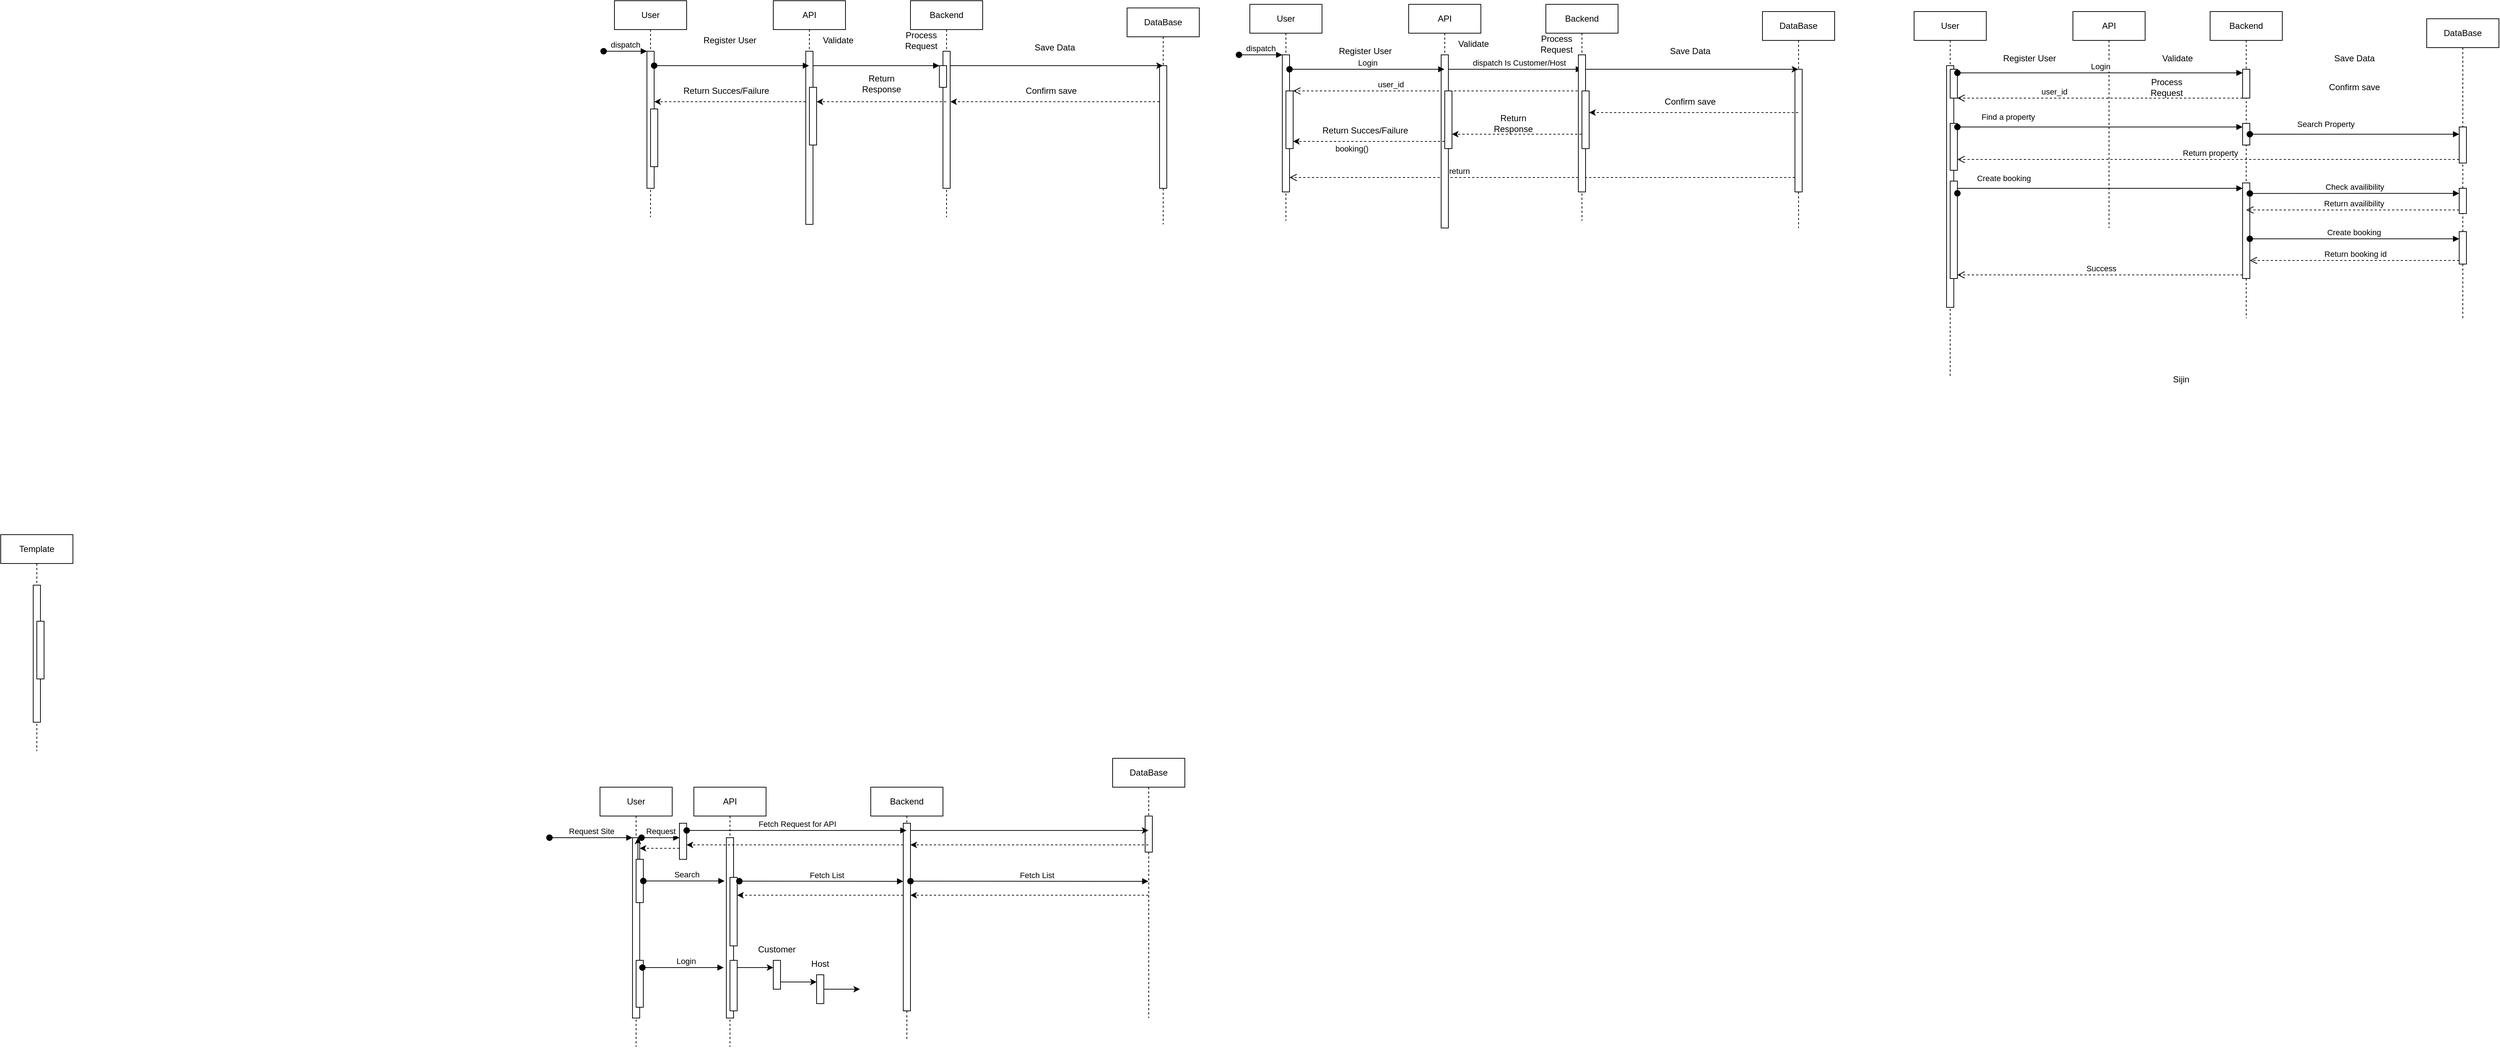
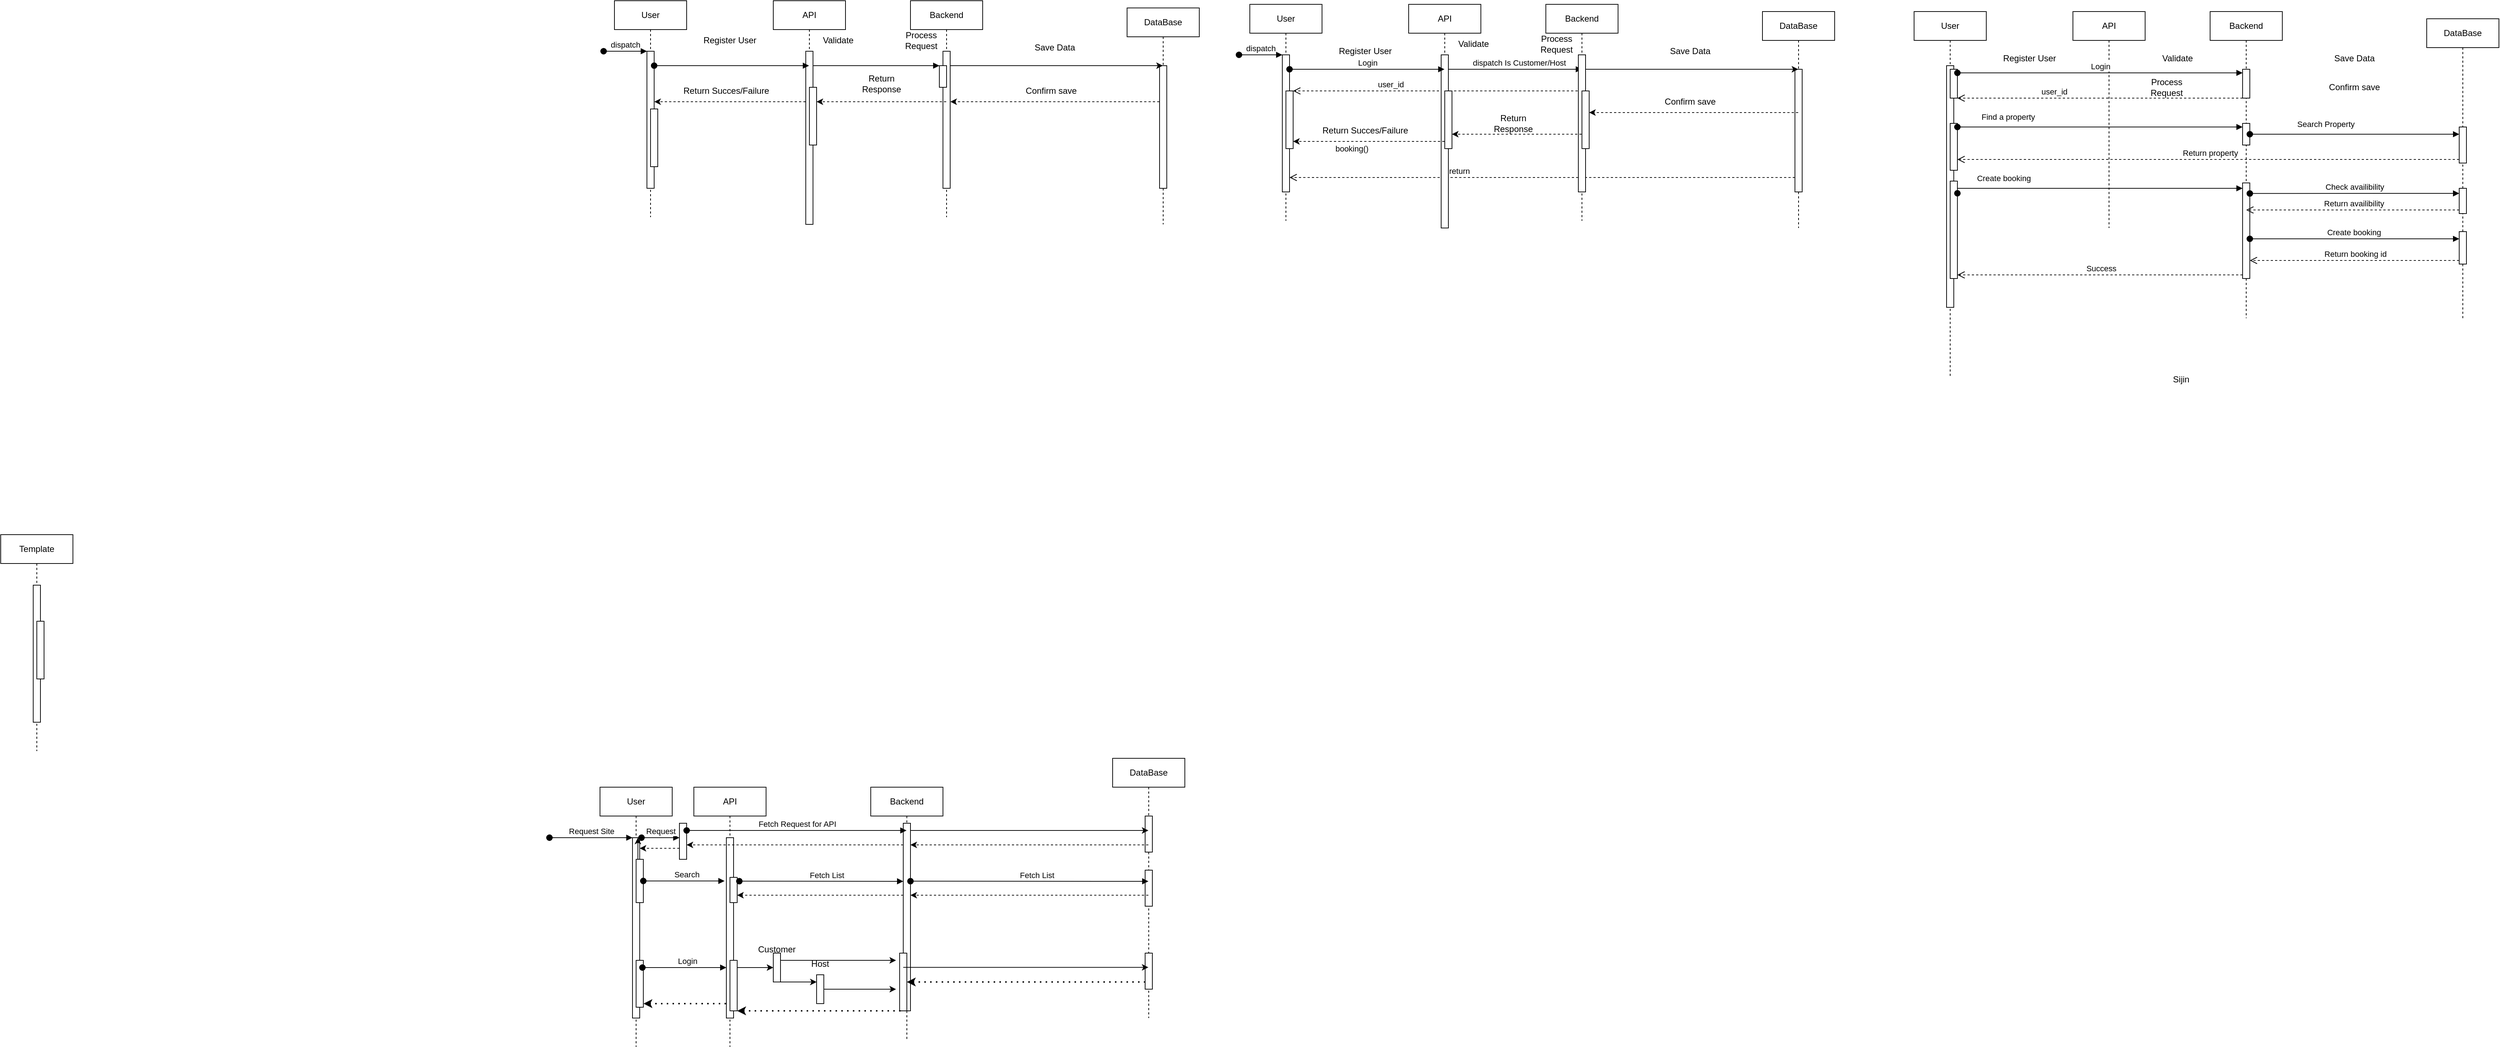
<mxfile host="app.diagrams.net" agent="5.0 (Macintosh; Intel Mac OS X 10_15_7) AppleWebKit/537.36 (KHTML, like Gecko) Chrome/109.0.0.0 Safari/537.36">
  <diagram name="Page-1" id="2YBvvXClWsGukQMizWep">
    <mxGraphModel dx="2024" dy="429" grid="1" gridSize="10" guides="1" tooltips="1" connect="1" arrows="1" fold="1" page="1" pageScale="1" pageWidth="850" pageHeight="1100" math="0" shadow="0">
      <root>
        <mxCell id="0" />
        <mxCell id="1" parent="0" />
        <mxCell id="aM9ryv3xv72pqoxQDRHE-1" parent="1" style="shape=umlLifeline;perimeter=lifelinePerimeter;whiteSpace=wrap;html=1;container=0;dropTarget=0;collapsible=0;recursiveResize=0;outlineConnect=0;portConstraint=eastwest;newEdgeStyle={&quot;edgeStyle&quot;:&quot;elbowEdgeStyle&quot;,&quot;elbow&quot;:&quot;vertical&quot;,&quot;curved&quot;:0,&quot;rounded&quot;:0};" value="User" vertex="1">
          <mxGeometry height="300" width="100" x="30" y="40" as="geometry" />
        </mxCell>
        <mxCell id="aM9ryv3xv72pqoxQDRHE-2" parent="aM9ryv3xv72pqoxQDRHE-1" style="html=1;points=[];perimeter=orthogonalPerimeter;outlineConnect=0;targetShapes=umlLifeline;portConstraint=eastwest;newEdgeStyle={&quot;edgeStyle&quot;:&quot;elbowEdgeStyle&quot;,&quot;elbow&quot;:&quot;vertical&quot;,&quot;curved&quot;:0,&quot;rounded&quot;:0};" value="" vertex="1">
          <mxGeometry height="190" width="10" x="45" y="70" as="geometry" />
        </mxCell>
        <mxCell id="aM9ryv3xv72pqoxQDRHE-3" edge="1" parent="aM9ryv3xv72pqoxQDRHE-1" style="html=1;verticalAlign=bottom;startArrow=oval;endArrow=block;startSize=8;edgeStyle=elbowEdgeStyle;elbow=vertical;curved=0;rounded=0;" target="aM9ryv3xv72pqoxQDRHE-2" value="dispatch">
          <mxGeometry relative="1" as="geometry">
            <mxPoint x="-15" y="70" as="sourcePoint" />
          </mxGeometry>
        </mxCell>
        <mxCell id="aM9ryv3xv72pqoxQDRHE-4" parent="aM9ryv3xv72pqoxQDRHE-1" style="html=1;points=[];perimeter=orthogonalPerimeter;outlineConnect=0;targetShapes=umlLifeline;portConstraint=eastwest;newEdgeStyle={&quot;edgeStyle&quot;:&quot;elbowEdgeStyle&quot;,&quot;elbow&quot;:&quot;vertical&quot;,&quot;curved&quot;:0,&quot;rounded&quot;:0};" value="" vertex="1">
          <mxGeometry height="80" width="10" x="50" y="150" as="geometry" />
        </mxCell>
        <mxCell id="aM9ryv3xv72pqoxQDRHE-5" parent="1" style="shape=umlLifeline;perimeter=lifelinePerimeter;whiteSpace=wrap;html=1;container=0;dropTarget=0;collapsible=0;recursiveResize=0;outlineConnect=0;portConstraint=eastwest;newEdgeStyle={&quot;edgeStyle&quot;:&quot;elbowEdgeStyle&quot;,&quot;elbow&quot;:&quot;vertical&quot;,&quot;curved&quot;:0,&quot;rounded&quot;:0};" value="DataBase" vertex="1">
          <mxGeometry height="300" width="100" x="740" y="50" as="geometry" />
        </mxCell>
        <mxCell id="aM9ryv3xv72pqoxQDRHE-6" parent="aM9ryv3xv72pqoxQDRHE-5" style="html=1;points=[];perimeter=orthogonalPerimeter;outlineConnect=0;targetShapes=umlLifeline;portConstraint=eastwest;newEdgeStyle={&quot;edgeStyle&quot;:&quot;elbowEdgeStyle&quot;,&quot;elbow&quot;:&quot;vertical&quot;,&quot;curved&quot;:0,&quot;rounded&quot;:0};" value="" vertex="1">
          <mxGeometry height="170" width="10" x="45" y="80" as="geometry" />
        </mxCell>
        <mxCell id="aM9ryv3xv72pqoxQDRHE-7" edge="1" parent="1" source="7Z1T8ZwHcXeBXznP6D7j-6" style="html=1;verticalAlign=bottom;endArrow=block;edgeStyle=elbowEdgeStyle;elbow=vertical;curved=0;rounded=0;" target="7Z1T8ZwHcXeBXznP6D7j-11" value="">
          <mxGeometry relative="1" x="0.0616" as="geometry">
            <mxPoint as="offset" />
            <Array as="points">
              <mxPoint x="440" y="130" />
            </Array>
            <mxPoint x="195" y="130" as="sourcePoint" />
            <mxPoint x="480" y="130" as="targetPoint" />
          </mxGeometry>
        </mxCell>
        <mxCell id="7Z1T8ZwHcXeBXznP6D7j-5" parent="1" style="shape=umlLifeline;perimeter=lifelinePerimeter;whiteSpace=wrap;html=1;container=0;dropTarget=0;collapsible=0;recursiveResize=0;outlineConnect=0;portConstraint=eastwest;newEdgeStyle={&quot;edgeStyle&quot;:&quot;elbowEdgeStyle&quot;,&quot;elbow&quot;:&quot;vertical&quot;,&quot;curved&quot;:0,&quot;rounded&quot;:0};" value="API" vertex="1">
          <mxGeometry height="300" width="100" x="250" y="40" as="geometry" />
        </mxCell>
        <mxCell id="7Z1T8ZwHcXeBXznP6D7j-6" parent="7Z1T8ZwHcXeBXznP6D7j-5" style="html=1;points=[];perimeter=orthogonalPerimeter;outlineConnect=0;targetShapes=umlLifeline;portConstraint=eastwest;newEdgeStyle={&quot;edgeStyle&quot;:&quot;elbowEdgeStyle&quot;,&quot;elbow&quot;:&quot;vertical&quot;,&quot;curved&quot;:0,&quot;rounded&quot;:0};" value="" vertex="1">
          <mxGeometry height="240" width="10" x="45" y="70" as="geometry" />
        </mxCell>
        <mxCell id="7Z1T8ZwHcXeBXznP6D7j-8" parent="7Z1T8ZwHcXeBXznP6D7j-5" style="html=1;points=[];perimeter=orthogonalPerimeter;outlineConnect=0;targetShapes=umlLifeline;portConstraint=eastwest;newEdgeStyle={&quot;edgeStyle&quot;:&quot;elbowEdgeStyle&quot;,&quot;elbow&quot;:&quot;vertical&quot;,&quot;curved&quot;:0,&quot;rounded&quot;:0};" value="" vertex="1">
          <mxGeometry height="80" width="10" x="50" y="120" as="geometry" />
        </mxCell>
        <mxCell id="7Z1T8ZwHcXeBXznP6D7j-9" parent="1" style="shape=umlLifeline;perimeter=lifelinePerimeter;whiteSpace=wrap;html=1;container=0;dropTarget=0;collapsible=0;recursiveResize=0;outlineConnect=0;portConstraint=eastwest;newEdgeStyle={&quot;edgeStyle&quot;:&quot;elbowEdgeStyle&quot;,&quot;elbow&quot;:&quot;vertical&quot;,&quot;curved&quot;:0,&quot;rounded&quot;:0};" value="&lt;div&gt;Backend&lt;/div&gt;" vertex="1">
          <mxGeometry height="300" width="100" x="440" y="40" as="geometry" />
        </mxCell>
        <mxCell id="7Z1T8ZwHcXeBXznP6D7j-10" parent="7Z1T8ZwHcXeBXznP6D7j-9" style="html=1;points=[];perimeter=orthogonalPerimeter;outlineConnect=0;targetShapes=umlLifeline;portConstraint=eastwest;newEdgeStyle={&quot;edgeStyle&quot;:&quot;elbowEdgeStyle&quot;,&quot;elbow&quot;:&quot;vertical&quot;,&quot;curved&quot;:0,&quot;rounded&quot;:0};" value="" vertex="1">
          <mxGeometry height="190" width="10" x="45" y="70" as="geometry" />
        </mxCell>
        <mxCell id="7Z1T8ZwHcXeBXznP6D7j-11" parent="7Z1T8ZwHcXeBXznP6D7j-9" style="html=1;points=[];perimeter=orthogonalPerimeter;outlineConnect=0;targetShapes=umlLifeline;portConstraint=eastwest;newEdgeStyle={&quot;edgeStyle&quot;:&quot;elbowEdgeStyle&quot;,&quot;elbow&quot;:&quot;vertical&quot;,&quot;curved&quot;:0,&quot;rounded&quot;:0};" value="" vertex="1">
          <mxGeometry height="30" width="10" x="40" y="90" as="geometry" />
        </mxCell>
        <mxCell id="7Z1T8ZwHcXeBXznP6D7j-12" parent="1" style="shape=umlLifeline;perimeter=lifelinePerimeter;whiteSpace=wrap;html=1;container=0;dropTarget=0;collapsible=0;recursiveResize=0;outlineConnect=0;portConstraint=eastwest;newEdgeStyle={&quot;edgeStyle&quot;:&quot;elbowEdgeStyle&quot;,&quot;elbow&quot;:&quot;vertical&quot;,&quot;curved&quot;:0,&quot;rounded&quot;:0};" value="Template" vertex="1">
          <mxGeometry height="300" width="100" x="-820" y="780" as="geometry" />
        </mxCell>
        <mxCell id="7Z1T8ZwHcXeBXznP6D7j-13" parent="7Z1T8ZwHcXeBXznP6D7j-12" style="html=1;points=[];perimeter=orthogonalPerimeter;outlineConnect=0;targetShapes=umlLifeline;portConstraint=eastwest;newEdgeStyle={&quot;edgeStyle&quot;:&quot;elbowEdgeStyle&quot;,&quot;elbow&quot;:&quot;vertical&quot;,&quot;curved&quot;:0,&quot;rounded&quot;:0};" value="" vertex="1">
          <mxGeometry height="190" width="10" x="45" y="70" as="geometry" />
        </mxCell>
        <mxCell id="7Z1T8ZwHcXeBXznP6D7j-14" parent="7Z1T8ZwHcXeBXznP6D7j-12" style="html=1;points=[];perimeter=orthogonalPerimeter;outlineConnect=0;targetShapes=umlLifeline;portConstraint=eastwest;newEdgeStyle={&quot;edgeStyle&quot;:&quot;elbowEdgeStyle&quot;,&quot;elbow&quot;:&quot;vertical&quot;,&quot;curved&quot;:0,&quot;rounded&quot;:0};" value="" vertex="1">
          <mxGeometry height="80" width="10" x="50" y="120" as="geometry" />
        </mxCell>
        <mxCell id="D9VVy2PClrj1YHKQl20F-1" parent="1" style="text;html=1;whiteSpace=wrap;strokeColor=none;fillColor=none;align=center;verticalAlign=middle;rounded=0;" value="Register User" vertex="1">
          <mxGeometry height="30" width="100" x="140" y="80" as="geometry" />
        </mxCell>
        <mxCell id="D9VVy2PClrj1YHKQl20F-2" parent="1" style="text;html=1;whiteSpace=wrap;strokeColor=none;fillColor=none;align=center;verticalAlign=middle;rounded=0;" value="Validate" vertex="1">
          <mxGeometry height="30" width="60" x="310" y="80" as="geometry" />
        </mxCell>
        <mxCell id="D9VVy2PClrj1YHKQl20F-3" parent="1" style="text;html=1;whiteSpace=wrap;strokeColor=none;fillColor=none;align=center;verticalAlign=middle;rounded=0;" value="Process Request" vertex="1">
          <mxGeometry height="30" width="60" x="425" y="80" as="geometry" />
        </mxCell>
        <mxCell id="I_nbtK1dwFWHWanF6EMp-1" parent="1" style="text;html=1;whiteSpace=wrap;strokeColor=none;fillColor=none;align=center;verticalAlign=middle;rounded=0;" value="Save Data" vertex="1">
          <mxGeometry height="30" width="60" x="610" y="90" as="geometry" />
        </mxCell>
        <mxCell id="I_nbtK1dwFWHWanF6EMp-2" parent="1" style="text;html=1;whiteSpace=wrap;strokeColor=none;fillColor=none;align=center;verticalAlign=middle;rounded=0;" value="Confirm save" vertex="1">
          <mxGeometry height="30" width="80" x="595.25" y="150" as="geometry" />
        </mxCell>
        <mxCell id="I_nbtK1dwFWHWanF6EMp-3" parent="1" style="text;html=1;whiteSpace=wrap;strokeColor=none;fillColor=none;align=center;verticalAlign=middle;rounded=0;" value="Return Response" vertex="1">
          <mxGeometry height="30" width="60" x="370" y="140" as="geometry" />
        </mxCell>
        <mxCell id="I_nbtK1dwFWHWanF6EMp-4" parent="1" style="text;html=1;whiteSpace=wrap;strokeColor=none;fillColor=none;align=center;verticalAlign=middle;rounded=0;" value="Return Succes/Failure" vertex="1">
          <mxGeometry height="30" width="140" x="115.25" y="150" as="geometry" />
        </mxCell>
        <mxCell id="7Z1T8ZwHcXeBXznP6D7j-20" parent="1" style="shape=umlLifeline;perimeter=lifelinePerimeter;whiteSpace=wrap;html=1;container=0;dropTarget=0;collapsible=0;recursiveResize=0;outlineConnect=0;portConstraint=eastwest;newEdgeStyle={&quot;edgeStyle&quot;:&quot;elbowEdgeStyle&quot;,&quot;elbow&quot;:&quot;vertical&quot;,&quot;curved&quot;:0,&quot;rounded&quot;:0};" value="User" vertex="1">
          <mxGeometry height="360" width="100" x="10" y="1130" as="geometry" />
        </mxCell>
        <mxCell id="7Z1T8ZwHcXeBXznP6D7j-21" parent="7Z1T8ZwHcXeBXznP6D7j-20" style="html=1;points=[];perimeter=orthogonalPerimeter;outlineConnect=0;targetShapes=umlLifeline;portConstraint=eastwest;newEdgeStyle={&quot;edgeStyle&quot;:&quot;elbowEdgeStyle&quot;,&quot;elbow&quot;:&quot;vertical&quot;,&quot;curved&quot;:0,&quot;rounded&quot;:0};" value="" vertex="1">
          <mxGeometry height="250" width="10" x="45" y="70" as="geometry" />
        </mxCell>
        <mxCell id="7Z1T8ZwHcXeBXznP6D7j-22" edge="1" parent="7Z1T8ZwHcXeBXznP6D7j-20" style="html=1;verticalAlign=bottom;startArrow=oval;endArrow=block;startSize=8;edgeStyle=elbowEdgeStyle;elbow=vertical;curved=0;rounded=0;" target="7Z1T8ZwHcXeBXznP6D7j-21" value="&lt;div&gt;Request Site&lt;/div&gt;">
          <mxGeometry relative="1" as="geometry">
            <mxPoint x="-70" y="70" as="sourcePoint" />
          </mxGeometry>
        </mxCell>
        <mxCell id="7Z1T8ZwHcXeBXznP6D7j-53" edge="1" parent="7Z1T8ZwHcXeBXznP6D7j-20" source="7Z1T8ZwHcXeBXznP6D7j-23" style="edgeStyle=elbowEdgeStyle;rounded=0;orthogonalLoop=1;jettySize=auto;html=1;elbow=vertical;curved=0;" target="7Z1T8ZwHcXeBXznP6D7j-21">
          <mxGeometry relative="1" as="geometry" />
        </mxCell>
        <mxCell id="7Z1T8ZwHcXeBXznP6D7j-23" parent="7Z1T8ZwHcXeBXznP6D7j-20" style="html=1;points=[];perimeter=orthogonalPerimeter;outlineConnect=0;targetShapes=umlLifeline;portConstraint=eastwest;newEdgeStyle={&quot;edgeStyle&quot;:&quot;elbowEdgeStyle&quot;,&quot;elbow&quot;:&quot;vertical&quot;,&quot;curved&quot;:0,&quot;rounded&quot;:0};" value="" vertex="1">
          <mxGeometry height="60" width="10" x="50" y="100" as="geometry" />
        </mxCell>
        <mxCell id="7Z1T8ZwHcXeBXznP6D7j-61" parent="7Z1T8ZwHcXeBXznP6D7j-20" style="html=1;points=[];perimeter=orthogonalPerimeter;outlineConnect=0;targetShapes=umlLifeline;portConstraint=eastwest;newEdgeStyle={&quot;edgeStyle&quot;:&quot;elbowEdgeStyle&quot;,&quot;elbow&quot;:&quot;vertical&quot;,&quot;curved&quot;:0,&quot;rounded&quot;:0};" value="" vertex="1">
          <mxGeometry height="65" width="10" x="50" y="240" as="geometry" />
        </mxCell>
        <mxCell id="_QFFP_39c0ER-aZENGy8-1" edge="1" parent="1" source="7Z1T8ZwHcXeBXznP6D7j-10" style="endArrow=classic;html=1;rounded=0;" target="aM9ryv3xv72pqoxQDRHE-5" value="">
          <mxGeometry height="50" relative="1" width="50" as="geometry">
            <Array as="points">
              <mxPoint x="650" y="130" />
            </Array>
            <mxPoint x="490" y="170" as="sourcePoint" />
            <mxPoint x="540" y="120" as="targetPoint" />
          </mxGeometry>
        </mxCell>
        <mxCell id="7Z1T8ZwHcXeBXznP6D7j-24" parent="1" style="shape=umlLifeline;perimeter=lifelinePerimeter;whiteSpace=wrap;html=1;container=0;dropTarget=0;collapsible=0;recursiveResize=0;outlineConnect=0;portConstraint=eastwest;newEdgeStyle={&quot;edgeStyle&quot;:&quot;elbowEdgeStyle&quot;,&quot;elbow&quot;:&quot;vertical&quot;,&quot;curved&quot;:0,&quot;rounded&quot;:0};" value="DataBase" vertex="1">
          <mxGeometry height="360" width="100" x="720" y="1090" as="geometry" />
        </mxCell>
        <mxCell id="7Z1T8ZwHcXeBXznP6D7j-25" parent="7Z1T8ZwHcXeBXznP6D7j-24" style="html=1;points=[];perimeter=orthogonalPerimeter;outlineConnect=0;targetShapes=umlLifeline;portConstraint=eastwest;newEdgeStyle={&quot;edgeStyle&quot;:&quot;elbowEdgeStyle&quot;,&quot;elbow&quot;:&quot;vertical&quot;,&quot;curved&quot;:0,&quot;rounded&quot;:0};" value="" vertex="1">
          <mxGeometry height="50" width="10" x="45" y="80" as="geometry" />
        </mxCell>
+         <mxCell id="7Z1T8ZwHcXeBXznP6D7j-74" parent="7Z1T8ZwHcXeBXznP6D7j-24" style="html=1;points=[];perimeter=orthogonalPerimeter;outlineConnect=0;targetShapes=umlLifeline;portConstraint=eastwest;newEdgeStyle={&quot;edgeStyle&quot;:&quot;elbowEdgeStyle&quot;,&quot;elbow&quot;:&quot;vertical&quot;,&quot;curved&quot;:0,&quot;rounded&quot;:0};" value="" vertex="1">
+           <mxGeometry height="50" width="10" x="45" y="155" as="geometry" />
+         </mxCell>
+         <mxCell id="7Z1T8ZwHcXeBXznP6D7j-81" parent="7Z1T8ZwHcXeBXznP6D7j-24" style="html=1;points=[];perimeter=orthogonalPerimeter;outlineConnect=0;targetShapes=umlLifeline;portConstraint=eastwest;newEdgeStyle={&quot;edgeStyle&quot;:&quot;elbowEdgeStyle&quot;,&quot;elbow&quot;:&quot;vertical&quot;,&quot;curved&quot;:0,&quot;rounded&quot;:0};" value="" vertex="1">
+           <mxGeometry height="50" width="10" x="45" y="270" as="geometry" />
+         </mxCell>
        <mxCell id="_QFFP_39c0ER-aZENGy8-2" edge="1" parent="1" style="endArrow=classic;html=1;rounded=0;dashed=1;" value="">
          <mxGeometry height="50" relative="1" width="50" as="geometry">
            <Array as="points">
              <mxPoint x="635.25" y="180" />
            </Array>
            <mxPoint x="784.75" y="179.9999999999999" as="sourcePoint" />
            <mxPoint x="495.25" y="179.9999999999999" as="targetPoint" />
          </mxGeometry>
        </mxCell>
        <mxCell id="_QFFP_39c0ER-aZENGy8-3" edge="1" parent="1" style="endArrow=classic;html=1;rounded=0;dashed=1;" value="">
          <mxGeometry height="50" relative="1" width="50" as="geometry">
            <Array as="points">
              <mxPoint x="400" y="180" />
            </Array>
            <mxPoint x="489.5" y="179.9999999999999" as="sourcePoint" />
            <mxPoint x="310" y="179.9999999999999" as="targetPoint" />
          </mxGeometry>
        </mxCell>
        <mxCell id="_QFFP_39c0ER-aZENGy8-4" edge="1" parent="1" style="endArrow=classic;html=1;rounded=0;dashed=1;" value="">
          <mxGeometry height="50" relative="1" width="50" as="geometry">
            <Array as="points">
              <mxPoint x="195.25" y="180" />
            </Array>
            <mxPoint x="294.75" y="179.9999999999999" as="sourcePoint" />
            <mxPoint x="85.25" y="179.9999999999999" as="targetPoint" />
          </mxGeometry>
        </mxCell>
        <mxCell id="_QFFP_39c0ER-aZENGy8-33" parent="1" style="shape=umlLifeline;perimeter=lifelinePerimeter;whiteSpace=wrap;html=1;container=0;dropTarget=0;collapsible=0;recursiveResize=0;outlineConnect=0;portConstraint=eastwest;newEdgeStyle={&quot;edgeStyle&quot;:&quot;elbowEdgeStyle&quot;,&quot;elbow&quot;:&quot;vertical&quot;,&quot;curved&quot;:0,&quot;rounded&quot;:0};" value="User" vertex="1">
          <mxGeometry height="300" width="100" x="910" y="45" as="geometry" />
        </mxCell>
        <mxCell id="_QFFP_39c0ER-aZENGy8-34" parent="_QFFP_39c0ER-aZENGy8-33" style="html=1;points=[];perimeter=orthogonalPerimeter;outlineConnect=0;targetShapes=umlLifeline;portConstraint=eastwest;newEdgeStyle={&quot;edgeStyle&quot;:&quot;elbowEdgeStyle&quot;,&quot;elbow&quot;:&quot;vertical&quot;,&quot;curved&quot;:0,&quot;rounded&quot;:0};" value="" vertex="1">
          <mxGeometry height="190" width="10" x="45" y="70" as="geometry" />
        </mxCell>
        <mxCell id="_QFFP_39c0ER-aZENGy8-35" edge="1" parent="_QFFP_39c0ER-aZENGy8-33" style="html=1;verticalAlign=bottom;startArrow=oval;endArrow=block;startSize=8;edgeStyle=elbowEdgeStyle;elbow=vertical;curved=0;rounded=0;" target="_QFFP_39c0ER-aZENGy8-34" value="dispatch">
          <mxGeometry relative="1" as="geometry">
            <mxPoint x="-15" y="70" as="sourcePoint" />
          </mxGeometry>
        </mxCell>
        <mxCell id="_QFFP_39c0ER-aZENGy8-36" parent="_QFFP_39c0ER-aZENGy8-33" style="html=1;points=[];perimeter=orthogonalPerimeter;outlineConnect=0;targetShapes=umlLifeline;portConstraint=eastwest;newEdgeStyle={&quot;edgeStyle&quot;:&quot;elbowEdgeStyle&quot;,&quot;elbow&quot;:&quot;vertical&quot;,&quot;curved&quot;:0,&quot;rounded&quot;:0};" value="" vertex="1">
          <mxGeometry height="80" width="10" x="50" y="120" as="geometry" />
        </mxCell>
        <mxCell id="7Z1T8ZwHcXeBXznP6D7j-30" parent="1" style="shape=umlLifeline;perimeter=lifelinePerimeter;whiteSpace=wrap;html=1;container=0;dropTarget=0;collapsible=0;recursiveResize=0;outlineConnect=0;portConstraint=eastwest;newEdgeStyle={&quot;edgeStyle&quot;:&quot;elbowEdgeStyle&quot;,&quot;elbow&quot;:&quot;vertical&quot;,&quot;curved&quot;:0,&quot;rounded&quot;:0};" value="API" vertex="1">
          <mxGeometry height="360" width="100" x="140" y="1130" as="geometry" />
        </mxCell>
        <mxCell id="7Z1T8ZwHcXeBXznP6D7j-31" parent="7Z1T8ZwHcXeBXznP6D7j-30" style="html=1;points=[];perimeter=orthogonalPerimeter;outlineConnect=0;targetShapes=umlLifeline;portConstraint=eastwest;newEdgeStyle={&quot;edgeStyle&quot;:&quot;elbowEdgeStyle&quot;,&quot;elbow&quot;:&quot;vertical&quot;,&quot;curved&quot;:0,&quot;rounded&quot;:0};" value="" vertex="1">
          <mxGeometry height="250" width="10" x="45" y="70" as="geometry" />
        </mxCell>
        <mxCell id="7Z1T8ZwHcXeBXznP6D7j-52" parent="7Z1T8ZwHcXeBXznP6D7j-30" style="html=1;points=[];perimeter=orthogonalPerimeter;outlineConnect=0;targetShapes=umlLifeline;portConstraint=eastwest;newEdgeStyle={&quot;edgeStyle&quot;:&quot;elbowEdgeStyle&quot;,&quot;elbow&quot;:&quot;vertical&quot;,&quot;curved&quot;:0,&quot;rounded&quot;:0};" value="" vertex="1">
-           <mxGeometry height="95" width="10" x="50" y="125" as="geometry" />
+           <mxGeometry height="35" width="10" x="50" y="125" as="geometry" />
        </mxCell>
        <mxCell id="7Z1T8ZwHcXeBXznP6D7j-60" parent="7Z1T8ZwHcXeBXznP6D7j-30" style="html=1;points=[];perimeter=orthogonalPerimeter;outlineConnect=0;targetShapes=umlLifeline;portConstraint=eastwest;newEdgeStyle={&quot;edgeStyle&quot;:&quot;elbowEdgeStyle&quot;,&quot;elbow&quot;:&quot;vertical&quot;,&quot;curved&quot;:0,&quot;rounded&quot;:0};" value="" vertex="1">
          <mxGeometry height="70" width="10" x="50" y="240" as="geometry" />
        </mxCell>
        <mxCell id="_QFFP_39c0ER-aZENGy8-37" parent="1" style="shape=umlLifeline;perimeter=lifelinePerimeter;whiteSpace=wrap;html=1;container=0;dropTarget=0;collapsible=0;recursiveResize=0;outlineConnect=0;portConstraint=eastwest;newEdgeStyle={&quot;edgeStyle&quot;:&quot;elbowEdgeStyle&quot;,&quot;elbow&quot;:&quot;vertical&quot;,&quot;curved&quot;:0,&quot;rounded&quot;:0};" value="DataBase" vertex="1">
          <mxGeometry height="300" width="100" x="1620" y="55" as="geometry" />
        </mxCell>
        <mxCell id="_QFFP_39c0ER-aZENGy8-38" parent="_QFFP_39c0ER-aZENGy8-37" style="html=1;points=[];perimeter=orthogonalPerimeter;outlineConnect=0;targetShapes=umlLifeline;portConstraint=eastwest;newEdgeStyle={&quot;edgeStyle&quot;:&quot;elbowEdgeStyle&quot;,&quot;elbow&quot;:&quot;vertical&quot;,&quot;curved&quot;:0,&quot;rounded&quot;:0};" value="" vertex="1">
          <mxGeometry height="170" width="10" x="45" y="80" as="geometry" />
        </mxCell>
        <mxCell id="7Z1T8ZwHcXeBXznP6D7j-33" parent="1" style="shape=umlLifeline;perimeter=lifelinePerimeter;whiteSpace=wrap;html=1;container=0;dropTarget=0;collapsible=0;recursiveResize=0;outlineConnect=0;portConstraint=eastwest;newEdgeStyle={&quot;edgeStyle&quot;:&quot;elbowEdgeStyle&quot;,&quot;elbow&quot;:&quot;vertical&quot;,&quot;curved&quot;:0,&quot;rounded&quot;:0};" value="&lt;div&gt;Backend&lt;/div&gt;" vertex="1">
          <mxGeometry height="350" width="100" x="385" y="1130" as="geometry" />
        </mxCell>
        <mxCell id="7Z1T8ZwHcXeBXznP6D7j-34" parent="7Z1T8ZwHcXeBXznP6D7j-33" style="html=1;points=[];perimeter=orthogonalPerimeter;outlineConnect=0;targetShapes=umlLifeline;portConstraint=eastwest;newEdgeStyle={&quot;edgeStyle&quot;:&quot;elbowEdgeStyle&quot;,&quot;elbow&quot;:&quot;vertical&quot;,&quot;curved&quot;:0,&quot;rounded&quot;:0};" value="" vertex="1">
          <mxGeometry height="260" width="10" x="45" y="50" as="geometry" />
+         </mxCell>
+         <mxCell id="7Z1T8ZwHcXeBXznP6D7j-82" parent="7Z1T8ZwHcXeBXznP6D7j-33" style="html=1;points=[];perimeter=orthogonalPerimeter;outlineConnect=0;targetShapes=umlLifeline;portConstraint=eastwest;newEdgeStyle={&quot;edgeStyle&quot;:&quot;elbowEdgeStyle&quot;,&quot;elbow&quot;:&quot;vertical&quot;,&quot;curved&quot;:0,&quot;rounded&quot;:0};" value="" vertex="1">
+           <mxGeometry height="80" width="10" x="40" y="230" as="geometry" />
        </mxCell>
        <mxCell id="_QFFP_39c0ER-aZENGy8-39" edge="1" parent="1" source="_QFFP_39c0ER-aZENGy8-44" style="html=1;verticalAlign=bottom;endArrow=block;edgeStyle=elbowEdgeStyle;elbow=vertical;curved=0;rounded=0;entryX=0.5;entryY=0.105;entryDx=0;entryDy=0;entryPerimeter=0;" target="_QFFP_39c0ER-aZENGy8-47" value="dispatch Is Customer/Host">
          <mxGeometry relative="1" x="0.0616" as="geometry">
            <mxPoint as="offset" />
            <Array as="points">
              <mxPoint x="1320" y="135" />
            </Array>
            <mxPoint x="1075" y="135" as="sourcePoint" />
            <mxPoint x="1360" y="135" as="targetPoint" />
          </mxGeometry>
        </mxCell>
        <mxCell id="_QFFP_39c0ER-aZENGy8-40" connectable="0" parent="_QFFP_39c0ER-aZENGy8-39" style="edgeLabel;html=1;align=center;verticalAlign=middle;resizable=0;points=[];" value="booking()" vertex="1">
          <mxGeometry relative="1" x="-0.6283" y="3" as="geometry">
            <mxPoint x="-169" y="113" as="offset" />
          </mxGeometry>
        </mxCell>
        <mxCell id="_QFFP_39c0ER-aZENGy8-41" edge="1" parent="1" source="_QFFP_39c0ER-aZENGy8-38" style="html=1;verticalAlign=bottom;endArrow=open;dashed=1;endSize=8;edgeStyle=elbowEdgeStyle;elbow=vertical;curved=0;rounded=0;" target="_QFFP_39c0ER-aZENGy8-34" value="return">
          <mxGeometry relative="1" x="0.3286" as="geometry">
            <mxPoint as="offset" />
            <Array as="points">
              <mxPoint x="1070" y="285" />
            </Array>
            <mxPoint x="1075" y="210" as="targetPoint" />
          </mxGeometry>
        </mxCell>
        <mxCell id="_QFFP_39c0ER-aZENGy8-42" edge="1" parent="1" source="_QFFP_39c0ER-aZENGy8-48" style="html=1;verticalAlign=bottom;endArrow=open;dashed=1;endSize=8;edgeStyle=elbowEdgeStyle;elbow=vertical;curved=0;rounded=0;" target="_QFFP_39c0ER-aZENGy8-36" value="user_id">
          <mxGeometry relative="1" x="0.325" as="geometry">
            <mxPoint as="offset" />
            <Array as="points">
              <mxPoint x="1330" y="165" />
            </Array>
            <mxPoint x="1430" y="165" as="sourcePoint" />
            <mxPoint x="1020" y="165" as="targetPoint" />
          </mxGeometry>
        </mxCell>
        <mxCell id="_QFFP_39c0ER-aZENGy8-43" parent="1" style="shape=umlLifeline;perimeter=lifelinePerimeter;whiteSpace=wrap;html=1;container=0;dropTarget=0;collapsible=0;recursiveResize=0;outlineConnect=0;portConstraint=eastwest;newEdgeStyle={&quot;edgeStyle&quot;:&quot;elbowEdgeStyle&quot;,&quot;elbow&quot;:&quot;vertical&quot;,&quot;curved&quot;:0,&quot;rounded&quot;:0};" value="API" vertex="1">
          <mxGeometry height="300" width="100" x="1130" y="45" as="geometry" />
        </mxCell>
        <mxCell id="_QFFP_39c0ER-aZENGy8-44" parent="_QFFP_39c0ER-aZENGy8-43" style="html=1;points=[];perimeter=orthogonalPerimeter;outlineConnect=0;targetShapes=umlLifeline;portConstraint=eastwest;newEdgeStyle={&quot;edgeStyle&quot;:&quot;elbowEdgeStyle&quot;,&quot;elbow&quot;:&quot;vertical&quot;,&quot;curved&quot;:0,&quot;rounded&quot;:0};" value="" vertex="1">
          <mxGeometry height="240" width="10" x="45" y="70" as="geometry" />
        </mxCell>
        <mxCell id="_QFFP_39c0ER-aZENGy8-45" parent="_QFFP_39c0ER-aZENGy8-43" style="html=1;points=[];perimeter=orthogonalPerimeter;outlineConnect=0;targetShapes=umlLifeline;portConstraint=eastwest;newEdgeStyle={&quot;edgeStyle&quot;:&quot;elbowEdgeStyle&quot;,&quot;elbow&quot;:&quot;vertical&quot;,&quot;curved&quot;:0,&quot;rounded&quot;:0};" value="" vertex="1">
          <mxGeometry height="80" width="10" x="50" y="120" as="geometry" />
        </mxCell>
        <mxCell id="_QFFP_39c0ER-aZENGy8-46" parent="1" style="shape=umlLifeline;perimeter=lifelinePerimeter;whiteSpace=wrap;html=1;container=0;dropTarget=0;collapsible=0;recursiveResize=0;outlineConnect=0;portConstraint=eastwest;newEdgeStyle={&quot;edgeStyle&quot;:&quot;elbowEdgeStyle&quot;,&quot;elbow&quot;:&quot;vertical&quot;,&quot;curved&quot;:0,&quot;rounded&quot;:0};" value="&lt;div&gt;Backend&lt;/div&gt;" vertex="1">
          <mxGeometry height="300" width="100" x="1320" y="45" as="geometry" />
        </mxCell>
        <mxCell id="_QFFP_39c0ER-aZENGy8-47" parent="_QFFP_39c0ER-aZENGy8-46" style="html=1;points=[];perimeter=orthogonalPerimeter;outlineConnect=0;targetShapes=umlLifeline;portConstraint=eastwest;newEdgeStyle={&quot;edgeStyle&quot;:&quot;elbowEdgeStyle&quot;,&quot;elbow&quot;:&quot;vertical&quot;,&quot;curved&quot;:0,&quot;rounded&quot;:0};" value="" vertex="1">
          <mxGeometry height="190" width="10" x="45" y="70" as="geometry" />
        </mxCell>
        <mxCell id="_QFFP_39c0ER-aZENGy8-48" parent="_QFFP_39c0ER-aZENGy8-46" style="html=1;points=[];perimeter=orthogonalPerimeter;outlineConnect=0;targetShapes=umlLifeline;portConstraint=eastwest;newEdgeStyle={&quot;edgeStyle&quot;:&quot;elbowEdgeStyle&quot;,&quot;elbow&quot;:&quot;vertical&quot;,&quot;curved&quot;:0,&quot;rounded&quot;:0};" value="" vertex="1">
          <mxGeometry height="80" width="10" x="50" y="120" as="geometry" />
        </mxCell>
        <mxCell id="_QFFP_39c0ER-aZENGy8-49" edge="1" parent="1" style="html=1;verticalAlign=bottom;startArrow=oval;endArrow=block;startSize=8;edgeStyle=elbowEdgeStyle;elbow=vertical;curved=0;rounded=0;" target="_QFFP_39c0ER-aZENGy8-43" value="Login">
          <mxGeometry relative="1" as="geometry">
            <mxPoint x="965" y="135" as="sourcePoint" />
            <mxPoint x="1030" y="135" as="targetPoint" />
          </mxGeometry>
        </mxCell>
        <mxCell id="_QFFP_39c0ER-aZENGy8-50" parent="1" style="text;html=1;whiteSpace=wrap;strokeColor=none;fillColor=none;align=center;verticalAlign=middle;rounded=0;" value="Register User" vertex="1">
          <mxGeometry height="30" width="100" x="1020" y="95" as="geometry" />
        </mxCell>
        <mxCell id="_QFFP_39c0ER-aZENGy8-51" parent="1" style="text;html=1;whiteSpace=wrap;strokeColor=none;fillColor=none;align=center;verticalAlign=middle;rounded=0;" value="Validate" vertex="1">
          <mxGeometry height="30" width="60" x="1190" y="85" as="geometry" />
        </mxCell>
        <mxCell id="_QFFP_39c0ER-aZENGy8-52" parent="1" style="text;html=1;whiteSpace=wrap;strokeColor=none;fillColor=none;align=center;verticalAlign=middle;rounded=0;" value="Process Request" vertex="1">
          <mxGeometry height="30" width="60" x="1305" y="85" as="geometry" />
        </mxCell>
        <mxCell id="_QFFP_39c0ER-aZENGy8-53" parent="1" style="text;html=1;whiteSpace=wrap;strokeColor=none;fillColor=none;align=center;verticalAlign=middle;rounded=0;" value="Save Data" vertex="1">
          <mxGeometry height="30" width="60" x="1490" y="95" as="geometry" />
        </mxCell>
        <mxCell id="_QFFP_39c0ER-aZENGy8-54" parent="1" style="text;html=1;whiteSpace=wrap;strokeColor=none;fillColor=none;align=center;verticalAlign=middle;rounded=0;" value="Confirm save" vertex="1">
          <mxGeometry height="30" width="80" x="1480" y="165" as="geometry" />
        </mxCell>
        <mxCell id="_QFFP_39c0ER-aZENGy8-55" parent="1" style="text;html=1;whiteSpace=wrap;strokeColor=none;fillColor=none;align=center;verticalAlign=middle;rounded=0;" value="Return Response" vertex="1">
          <mxGeometry height="30" width="60" x="1245" y="195" as="geometry" />
        </mxCell>
        <mxCell id="_QFFP_39c0ER-aZENGy8-56" parent="1" style="text;html=1;whiteSpace=wrap;strokeColor=none;fillColor=none;align=center;verticalAlign=middle;rounded=0;" value="Return Succes/Failure" vertex="1">
          <mxGeometry height="30" width="140" x="1000" y="205" as="geometry" />
        </mxCell>
        <mxCell id="_QFFP_39c0ER-aZENGy8-57" edge="1" parent="1" source="_QFFP_39c0ER-aZENGy8-47" style="endArrow=classic;html=1;rounded=0;" target="_QFFP_39c0ER-aZENGy8-37" value="">
          <mxGeometry height="50" relative="1" width="50" as="geometry">
            <Array as="points">
              <mxPoint x="1530" y="135" />
            </Array>
            <mxPoint x="1370" y="175" as="sourcePoint" />
            <mxPoint x="1420" y="125" as="targetPoint" />
          </mxGeometry>
        </mxCell>
        <mxCell id="_QFFP_39c0ER-aZENGy8-58" edge="1" parent="1" source="_QFFP_39c0ER-aZENGy8-37" style="endArrow=classic;html=1;rounded=0;dashed=1;" target="_QFFP_39c0ER-aZENGy8-48" value="">
          <mxGeometry height="50" relative="1" width="50" as="geometry">
            <Array as="points">
              <mxPoint x="1520" y="195" />
            </Array>
            <mxPoint x="1660" y="235" as="sourcePoint" />
            <mxPoint x="1710" y="185" as="targetPoint" />
          </mxGeometry>
        </mxCell>
        <mxCell id="_QFFP_39c0ER-aZENGy8-59" edge="1" parent="1" source="_QFFP_39c0ER-aZENGy8-46" style="endArrow=classic;html=1;rounded=0;dashed=1;" target="_QFFP_39c0ER-aZENGy8-45" value="">
          <mxGeometry height="50" relative="1" width="50" as="geometry">
            <Array as="points">
              <mxPoint x="1280" y="225" />
            </Array>
            <mxPoint x="1360" y="275" as="sourcePoint" />
            <mxPoint x="1410" y="225" as="targetPoint" />
          </mxGeometry>
        </mxCell>
        <mxCell id="_QFFP_39c0ER-aZENGy8-60" edge="1" parent="1" source="_QFFP_39c0ER-aZENGy8-43" style="endArrow=classic;html=1;rounded=0;dashed=1;" target="_QFFP_39c0ER-aZENGy8-36" value="">
          <mxGeometry height="50" relative="1" width="50" as="geometry">
            <Array as="points">
              <mxPoint x="1080" y="235" />
            </Array>
            <mxPoint x="1340" y="345" as="sourcePoint" />
            <mxPoint x="1390" y="295" as="targetPoint" />
          </mxGeometry>
        </mxCell>
        <mxCell id="68ymO_Sjnk0znAFFcrqy-1" parent="1" style="shape=umlLifeline;perimeter=lifelinePerimeter;whiteSpace=wrap;html=1;container=0;dropTarget=0;collapsible=0;recursiveResize=0;outlineConnect=0;portConstraint=eastwest;newEdgeStyle={&quot;edgeStyle&quot;:&quot;elbowEdgeStyle&quot;,&quot;elbow&quot;:&quot;vertical&quot;,&quot;curved&quot;:0,&quot;rounded&quot;:0};" value="User" vertex="1">
          <mxGeometry height="505" width="100" x="1830" y="55" as="geometry" />
        </mxCell>
        <mxCell id="DhhXMbWg79UAvs8icK3S-2" parent="68ymO_Sjnk0znAFFcrqy-1" style="html=1;points=[];perimeter=orthogonalPerimeter;outlineConnect=0;targetShapes=umlLifeline;portConstraint=eastwest;newEdgeStyle={&quot;edgeStyle&quot;:&quot;elbowEdgeStyle&quot;,&quot;elbow&quot;:&quot;vertical&quot;,&quot;curved&quot;:0,&quot;rounded&quot;:0};" value="" vertex="1">
          <mxGeometry height="335" width="10" x="45" y="75" as="geometry" />
        </mxCell>
        <mxCell id="DhhXMbWg79UAvs8icK3S-4" parent="68ymO_Sjnk0znAFFcrqy-1" style="html=1;points=[];perimeter=orthogonalPerimeter;outlineConnect=0;targetShapes=umlLifeline;portConstraint=eastwest;newEdgeStyle={&quot;edgeStyle&quot;:&quot;elbowEdgeStyle&quot;,&quot;elbow&quot;:&quot;vertical&quot;,&quot;curved&quot;:0,&quot;rounded&quot;:0};" value="" vertex="1">
          <mxGeometry height="40" width="10" x="50" y="80" as="geometry" />
        </mxCell>
        <mxCell id="DqHyfR3eGS3xM4o2pyak-10" parent="68ymO_Sjnk0znAFFcrqy-1" style="html=1;points=[];perimeter=orthogonalPerimeter;outlineConnect=0;targetShapes=umlLifeline;portConstraint=eastwest;newEdgeStyle={&quot;edgeStyle&quot;:&quot;elbowEdgeStyle&quot;,&quot;elbow&quot;:&quot;vertical&quot;,&quot;curved&quot;:0,&quot;rounded&quot;:0};" value="&lt;span style=&quot;color: rgba(0, 0, 0, 0); font-family: monospace; font-size: 0px; text-align: start;&quot;&gt;%3CmxGraphModel%3E%3Croot%3E%3CmxCell%20id%3D%220%22%2F%3E%3CmxCell%20id%3D%221%22%20parent%3D%220%22%2F%3E%3CmxCell%20id%3D%222%22%20parent%3D%221%22%20style%3D%22html%3D1%3Bpoints%3D%5B%5D%3Bperimeter%3DorthogonalPerimeter%3BoutlineConnect%3D0%3BtargetShapes%3DumlLifeline%3BportConstraint%3Deastwest%3BnewEdgeStyle%3D%7B%26quot%3BedgeStyle%26quot%3B%3A%26quot%3BelbowEdgeStyle%26quot%3B%2C%26quot%3Belbow%26quot%3B%3A%26quot%3Bvertical%26quot%3B%2C%26quot%3Bcurved%26quot%3B%3A0%2C%26quot%3Brounded%26quot%3B%3A0%7D%3B%22%20value%3D%22%22%20vertex%3D%221%22%3E%3CmxGeometry%20height%3D%2230%22%20width%3D%2210%22%20x%3D%222285%22%20y%3D%22210%22%20as%3D%22geometry%22%2F%3E%3C%2FmxCell%3E%3C%2Froot%3E%3C%2FmxGraphModel%3E&lt;/span&gt;" vertex="1">
          <mxGeometry height="65" width="10" x="50" y="155" as="geometry" />
        </mxCell>
        <mxCell id="DqHyfR3eGS3xM4o2pyak-20" parent="68ymO_Sjnk0znAFFcrqy-1" style="html=1;points=[];perimeter=orthogonalPerimeter;outlineConnect=0;targetShapes=umlLifeline;portConstraint=eastwest;newEdgeStyle={&quot;edgeStyle&quot;:&quot;elbowEdgeStyle&quot;,&quot;elbow&quot;:&quot;vertical&quot;,&quot;curved&quot;:0,&quot;rounded&quot;:0};" value="" vertex="1">
          <mxGeometry height="135" width="10" x="50" y="235" as="geometry" />
        </mxCell>
        <mxCell id="68ymO_Sjnk0znAFFcrqy-5" parent="1" style="shape=umlLifeline;perimeter=lifelinePerimeter;whiteSpace=wrap;html=1;container=0;dropTarget=0;collapsible=0;recursiveResize=0;outlineConnect=0;portConstraint=eastwest;newEdgeStyle={&quot;edgeStyle&quot;:&quot;elbowEdgeStyle&quot;,&quot;elbow&quot;:&quot;vertical&quot;,&quot;curved&quot;:0,&quot;rounded&quot;:0};" value="DataBase" vertex="1">
          <mxGeometry height="415" width="100" x="2540" y="65" as="geometry" />
        </mxCell>
        <mxCell id="68ymO_Sjnk0znAFFcrqy-6" parent="68ymO_Sjnk0znAFFcrqy-5" style="html=1;points=[];perimeter=orthogonalPerimeter;outlineConnect=0;targetShapes=umlLifeline;portConstraint=eastwest;newEdgeStyle={&quot;edgeStyle&quot;:&quot;elbowEdgeStyle&quot;,&quot;elbow&quot;:&quot;vertical&quot;,&quot;curved&quot;:0,&quot;rounded&quot;:0};" value="" vertex="1">
          <mxGeometry height="50" width="10" x="45" y="150" as="geometry" />
        </mxCell>
        <mxCell id="DqHyfR3eGS3xM4o2pyak-24" parent="68ymO_Sjnk0znAFFcrqy-5" style="html=1;points=[];perimeter=orthogonalPerimeter;outlineConnect=0;targetShapes=umlLifeline;portConstraint=eastwest;newEdgeStyle={&quot;edgeStyle&quot;:&quot;elbowEdgeStyle&quot;,&quot;elbow&quot;:&quot;vertical&quot;,&quot;curved&quot;:0,&quot;rounded&quot;:0};" value="" vertex="1">
          <mxGeometry height="35" width="10" x="45" y="235" as="geometry" />
        </mxCell>
        <mxCell id="DqHyfR3eGS3xM4o2pyak-26" parent="68ymO_Sjnk0znAFFcrqy-5" style="html=1;points=[];perimeter=orthogonalPerimeter;outlineConnect=0;targetShapes=umlLifeline;portConstraint=eastwest;newEdgeStyle={&quot;edgeStyle&quot;:&quot;elbowEdgeStyle&quot;,&quot;elbow&quot;:&quot;vertical&quot;,&quot;curved&quot;:0,&quot;rounded&quot;:0};" value="" vertex="1">
          <mxGeometry height="45" width="10" x="45" y="295" as="geometry" />
        </mxCell>
        <mxCell id="68ymO_Sjnk0znAFFcrqy-10" edge="1" parent="1" source="68ymO_Sjnk0znAFFcrqy-16" style="html=1;verticalAlign=bottom;endArrow=open;dashed=1;endSize=8;edgeStyle=elbowEdgeStyle;elbow=vertical;curved=0;rounded=0;" target="DhhXMbWg79UAvs8icK3S-4" value="user_id">
          <mxGeometry relative="1" x="0.325" as="geometry">
            <mxPoint as="offset" />
            <Array as="points">
              <mxPoint x="2260" y="175" />
            </Array>
            <mxPoint x="2260" y="175" as="sourcePoint" />
            <mxPoint x="1910" y="180" as="targetPoint" />
          </mxGeometry>
        </mxCell>
        <mxCell id="68ymO_Sjnk0znAFFcrqy-11" parent="1" style="shape=umlLifeline;perimeter=lifelinePerimeter;whiteSpace=wrap;html=1;container=0;dropTarget=0;collapsible=0;recursiveResize=0;outlineConnect=0;portConstraint=eastwest;newEdgeStyle={&quot;edgeStyle&quot;:&quot;elbowEdgeStyle&quot;,&quot;elbow&quot;:&quot;vertical&quot;,&quot;curved&quot;:0,&quot;rounded&quot;:0};" value="API" vertex="1">
          <mxGeometry height="300" width="100" x="2050" y="55" as="geometry" />
        </mxCell>
        <mxCell id="68ymO_Sjnk0znAFFcrqy-14" parent="1" style="shape=umlLifeline;perimeter=lifelinePerimeter;whiteSpace=wrap;html=1;container=0;dropTarget=0;collapsible=0;recursiveResize=0;outlineConnect=0;portConstraint=eastwest;newEdgeStyle={&quot;edgeStyle&quot;:&quot;elbowEdgeStyle&quot;,&quot;elbow&quot;:&quot;vertical&quot;,&quot;curved&quot;:0,&quot;rounded&quot;:0};" value="&lt;div&gt;Backend&lt;/div&gt;" vertex="1">
          <mxGeometry height="425" width="100" x="2240" y="55" as="geometry" />
        </mxCell>
        <mxCell id="68ymO_Sjnk0znAFFcrqy-16" parent="68ymO_Sjnk0znAFFcrqy-14" style="html=1;points=[];perimeter=orthogonalPerimeter;outlineConnect=0;targetShapes=umlLifeline;portConstraint=eastwest;newEdgeStyle={&quot;edgeStyle&quot;:&quot;elbowEdgeStyle&quot;,&quot;elbow&quot;:&quot;vertical&quot;,&quot;curved&quot;:0,&quot;rounded&quot;:0};" value="" vertex="1">
          <mxGeometry height="40" width="10" x="45" y="80" as="geometry" />
        </mxCell>
        <mxCell id="DqHyfR3eGS3xM4o2pyak-22" parent="68ymO_Sjnk0znAFFcrqy-14" style="html=1;points=[];perimeter=orthogonalPerimeter;outlineConnect=0;targetShapes=umlLifeline;portConstraint=eastwest;newEdgeStyle={&quot;edgeStyle&quot;:&quot;elbowEdgeStyle&quot;,&quot;elbow&quot;:&quot;vertical&quot;,&quot;curved&quot;:0,&quot;rounded&quot;:0};" value="" vertex="1">
          <mxGeometry height="132.5" width="10" x="45" y="237.5" as="geometry" />
        </mxCell>
        <mxCell id="68ymO_Sjnk0znAFFcrqy-17" edge="1" parent="1" source="DhhXMbWg79UAvs8icK3S-4" style="html=1;verticalAlign=bottom;startArrow=oval;endArrow=block;startSize=8;edgeStyle=elbowEdgeStyle;elbow=vertical;curved=0;rounded=0;" target="68ymO_Sjnk0znAFFcrqy-16" value="Login">
          <mxGeometry relative="1" as="geometry">
            <Array as="points">
              <mxPoint x="2270" y="140" />
            </Array>
            <mxPoint x="1900" y="140" as="sourcePoint" />
            <mxPoint x="2270" y="140" as="targetPoint" />
          </mxGeometry>
        </mxCell>
        <mxCell id="68ymO_Sjnk0znAFFcrqy-18" parent="1" style="text;html=1;whiteSpace=wrap;strokeColor=none;fillColor=none;align=center;verticalAlign=middle;rounded=0;" value="Register User" vertex="1">
          <mxGeometry height="30" width="100" x="1940" y="105" as="geometry" />
        </mxCell>
        <mxCell id="68ymO_Sjnk0znAFFcrqy-19" parent="1" style="text;html=1;whiteSpace=wrap;strokeColor=none;fillColor=none;align=center;verticalAlign=middle;rounded=0;" value="Validate" vertex="1">
          <mxGeometry height="30" width="60" x="2165" y="105" as="geometry" />
        </mxCell>
        <mxCell id="68ymO_Sjnk0znAFFcrqy-20" parent="1" style="text;html=1;whiteSpace=wrap;strokeColor=none;fillColor=none;align=center;verticalAlign=middle;rounded=0;" value="Process Request" vertex="1">
          <mxGeometry height="30" width="60" x="2150" y="145" as="geometry" />
        </mxCell>
        <mxCell id="68ymO_Sjnk0znAFFcrqy-21" parent="1" style="text;html=1;whiteSpace=wrap;strokeColor=none;fillColor=none;align=center;verticalAlign=middle;rounded=0;" value="Save Data" vertex="1">
          <mxGeometry height="30" width="60" x="2410" y="105" as="geometry" />
        </mxCell>
        <mxCell id="68ymO_Sjnk0znAFFcrqy-22" parent="1" style="text;html=1;whiteSpace=wrap;strokeColor=none;fillColor=none;align=center;verticalAlign=middle;rounded=0;" value="Confirm save" vertex="1">
          <mxGeometry height="30" width="80" x="2400" y="145" as="geometry" />
        </mxCell>
        <mxCell id="7Z1T8ZwHcXeBXznP6D7j-44" parent="1" style="html=1;points=[];perimeter=orthogonalPerimeter;outlineConnect=0;targetShapes=umlLifeline;portConstraint=eastwest;newEdgeStyle={&quot;edgeStyle&quot;:&quot;elbowEdgeStyle&quot;,&quot;elbow&quot;:&quot;vertical&quot;,&quot;curved&quot;:0,&quot;rounded&quot;:0};" value="" vertex="1">
          <mxGeometry height="50" width="10" x="120" y="1180" as="geometry" />
        </mxCell>
        <mxCell id="DhhXMbWg79UAvs8icK3S-5" parent="1" style="text;html=1;whiteSpace=wrap;strokeColor=none;fillColor=none;align=center;verticalAlign=middle;rounded=0;" value="Sijin" vertex="1">
          <mxGeometry height="30" width="140" x="2130" y="550" as="geometry" />
        </mxCell>
        <mxCell id="7Z1T8ZwHcXeBXznP6D7j-45" edge="1" parent="1" style="html=1;verticalAlign=bottom;startArrow=oval;endArrow=block;startSize=8;edgeStyle=elbowEdgeStyle;elbow=vertical;curved=0;rounded=0;" value="&lt;div&gt;Request&lt;/div&gt;">
          <mxGeometry relative="1" as="geometry">
            <mxPoint x="67.5" y="1200" as="sourcePoint" />
            <mxPoint x="120" y="1200" as="targetPoint" />
          </mxGeometry>
        </mxCell>
        <mxCell id="7Z1T8ZwHcXeBXznP6D7j-46" edge="1" parent="1" style="html=1;verticalAlign=bottom;startArrow=oval;endArrow=block;startSize=8;edgeStyle=elbowEdgeStyle;elbow=vertical;curved=0;rounded=0;" target="7Z1T8ZwHcXeBXznP6D7j-33" value="Fetch Request for API">
          <mxGeometry relative="1" as="geometry">
            <mxPoint x="130" y="1190" as="sourcePoint" />
            <mxPoint x="182.5" y="1190" as="targetPoint" />
          </mxGeometry>
        </mxCell>
        <mxCell id="7Z1T8ZwHcXeBXznP6D7j-48" edge="1" parent="1" source="7Z1T8ZwHcXeBXznP6D7j-24" style="endArrow=classic;html=1;rounded=0;dashed=1;" value="">
          <mxGeometry height="50" relative="1" width="50" as="geometry">
            <Array as="points">
              <mxPoint x="635.11" y="1210" />
            </Array>
            <mxPoint x="760" y="1210" as="sourcePoint" />
            <mxPoint x="440.0039393939395" y="1210" as="targetPoint" />
          </mxGeometry>
        </mxCell>
        <mxCell id="7Z1T8ZwHcXeBXznP6D7j-49" edge="1" parent="1" source="7Z1T8ZwHcXeBXznP6D7j-34" style="endArrow=classic;html=1;rounded=0;dashed=1;" target="7Z1T8ZwHcXeBXznP6D7j-44" value="">
          <mxGeometry height="50" relative="1" width="50" as="geometry">
            <Array as="points">
              <mxPoint x="410" y="1210" />
              <mxPoint x="400" y="1210" />
            </Array>
            <mxPoint x="434.75" y="1260" as="sourcePoint" />
            <mxPoint x="270" y="1260" as="targetPoint" />
          </mxGeometry>
        </mxCell>
        <mxCell id="7Z1T8ZwHcXeBXznP6D7j-50" edge="1" parent="1" style="endArrow=classic;html=1;rounded=0;dashed=1;" value="">
          <mxGeometry height="50" relative="1" width="50" as="geometry">
            <Array as="points">
              <mxPoint x="90" y="1214.75" />
            </Array>
            <mxPoint x="120" y="1214.75" as="sourcePoint" />
            <mxPoint x="65" y="1214.75" as="targetPoint" />
          </mxGeometry>
        </mxCell>
        <mxCell id="7Z1T8ZwHcXeBXznP6D7j-51" edge="1" parent="1" source="7Z1T8ZwHcXeBXznP6D7j-23" style="html=1;verticalAlign=bottom;startArrow=oval;endArrow=block;startSize=8;edgeStyle=elbowEdgeStyle;elbow=vertical;curved=0;rounded=0;" value="Search">
          <mxGeometry relative="1" x="0.0652" as="geometry">
            <mxPoint as="offset" />
            <mxPoint x="80" y="1260" as="sourcePoint" />
            <mxPoint x="182.5" y="1260" as="targetPoint" />
          </mxGeometry>
        </mxCell>
        <mxCell id="7Z1T8ZwHcXeBXznP6D7j-54" edge="1" parent="1" style="html=1;verticalAlign=bottom;startArrow=oval;endArrow=block;startSize=8;edgeStyle=elbowEdgeStyle;elbow=vertical;curved=0;rounded=0;" target="7Z1T8ZwHcXeBXznP6D7j-34" value="&lt;div&gt;Fetch List&lt;/div&gt;">
          <mxGeometry relative="1" x="0.0652" as="geometry">
            <mxPoint as="offset" />
            <mxPoint x="203" y="1260.3000000000002" as="sourcePoint" />
            <mxPoint x="420" y="1260" as="targetPoint" />
          </mxGeometry>
        </mxCell>
        <mxCell id="RGL2uUVUx_PTmSJQ5p5J-2" edge="1" parent="1" style="html=1;verticalAlign=bottom;startArrow=oval;endArrow=block;startSize=8;edgeStyle=elbowEdgeStyle;elbow=vertical;curved=0;rounded=0;" target="7Z1T8ZwHcXeBXznP6D7j-5" value="">
          <mxGeometry relative="1" x="-0.3939" y="10" as="geometry">
            <mxPoint as="offset" />
            <mxPoint x="85" y="130" as="sourcePoint" />
            <mxPoint x="140" y="130" as="targetPoint" />
          </mxGeometry>
        </mxCell>
        <mxCell id="7Z1T8ZwHcXeBXznP6D7j-56" edge="1" parent="1" style="endArrow=classic;html=1;rounded=0;endFill=1;" target="7Z1T8ZwHcXeBXznP6D7j-24" value="">
          <mxGeometry height="50" relative="1" width="50" as="geometry">
            <mxPoint x="440" y="1190" as="sourcePoint" />
            <mxPoint x="700" y="1190" as="targetPoint" />
          </mxGeometry>
        </mxCell>
        <mxCell id="DqHyfR3eGS3xM4o2pyak-12" parent="1" style="html=1;points=[];perimeter=orthogonalPerimeter;outlineConnect=0;targetShapes=umlLifeline;portConstraint=eastwest;newEdgeStyle={&quot;edgeStyle&quot;:&quot;elbowEdgeStyle&quot;,&quot;elbow&quot;:&quot;vertical&quot;,&quot;curved&quot;:0,&quot;rounded&quot;:0};" value="" vertex="1">
          <mxGeometry height="30" width="10" x="2285" y="210" as="geometry" />
        </mxCell>
        <mxCell id="7Z1T8ZwHcXeBXznP6D7j-57" edge="1" parent="1" style="html=1;verticalAlign=bottom;startArrow=oval;endArrow=block;startSize=8;edgeStyle=elbowEdgeStyle;elbow=vertical;curved=0;rounded=0;" target="7Z1T8ZwHcXeBXznP6D7j-24" value="&lt;div&gt;Fetch List&lt;/div&gt;">
          <mxGeometry relative="1" x="0.0652" as="geometry">
            <mxPoint as="offset" />
            <mxPoint x="440" y="1260.3000000000002" as="sourcePoint" />
            <mxPoint x="667" y="1260" as="targetPoint" />
          </mxGeometry>
        </mxCell>
        <mxCell id="DqHyfR3eGS3xM4o2pyak-13" edge="1" parent="1" source="DqHyfR3eGS3xM4o2pyak-10" style="html=1;verticalAlign=bottom;startArrow=oval;endArrow=block;startSize=8;edgeStyle=elbowEdgeStyle;elbow=vertical;curved=0;rounded=0;" target="DqHyfR3eGS3xM4o2pyak-12" value="Find a property">
          <mxGeometry relative="1" x="-0.6456" y="5" as="geometry">
            <mxPoint as="offset" />
            <Array as="points">
              <mxPoint x="2270" y="215" />
            </Array>
            <mxPoint x="1900" y="215" as="sourcePoint" />
            <mxPoint x="2270" y="215" as="targetPoint" />
          </mxGeometry>
        </mxCell>
        <mxCell id="7Z1T8ZwHcXeBXznP6D7j-58" edge="1" parent="1" source="7Z1T8ZwHcXeBXznP6D7j-24" style="endArrow=classic;html=1;rounded=0;dashed=1;" value="">
          <mxGeometry height="50" relative="1" width="50" as="geometry">
            <Array as="points">
              <mxPoint x="720" y="1279.7" />
              <mxPoint x="710" y="1279.7" />
            </Array>
            <mxPoint x="740" y="1279.7" as="sourcePoint" />
            <mxPoint x="440" y="1279.7" as="targetPoint" />
          </mxGeometry>
        </mxCell>
        <mxCell id="DqHyfR3eGS3xM4o2pyak-15" edge="1" parent="1" style="html=1;verticalAlign=bottom;startArrow=oval;endArrow=block;startSize=8;edgeStyle=elbowEdgeStyle;elbow=vertical;curved=0;rounded=0;" value="Search Property">
          <mxGeometry relative="1" x="-0.2759" y="5" as="geometry">
            <mxPoint as="offset" />
            <Array as="points">
              <mxPoint x="2460" y="225" />
            </Array>
            <mxPoint x="2295" y="225" as="sourcePoint" />
            <mxPoint x="2585" y="225" as="targetPoint" />
          </mxGeometry>
        </mxCell>
        <mxCell id="7Z1T8ZwHcXeBXznP6D7j-59" edge="1" parent="1" style="endArrow=classic;html=1;rounded=0;dashed=1;" target="7Z1T8ZwHcXeBXznP6D7j-52" value="">
          <mxGeometry height="50" relative="1" width="50" as="geometry">
            <Array as="points" />
            <mxPoint x="430" y="1279.7" as="sourcePoint" />
            <mxPoint x="205" y="1279.7" as="targetPoint" />
          </mxGeometry>
        </mxCell>
        <mxCell id="DqHyfR3eGS3xM4o2pyak-17" edge="1" parent="1" source="68ymO_Sjnk0znAFFcrqy-6" style="html=1;verticalAlign=bottom;endArrow=open;dashed=1;endSize=8;edgeStyle=elbowEdgeStyle;elbow=vertical;curved=0;rounded=0;" target="DqHyfR3eGS3xM4o2pyak-10" value="Return property">
          <mxGeometry relative="1" x="-0.0072" as="geometry">
            <mxPoint as="offset" />
            <Array as="points">
              <mxPoint x="2340" y="260" />
            </Array>
            <mxPoint x="2550" y="260" as="sourcePoint" />
            <mxPoint x="2295" y="260" as="targetPoint" />
          </mxGeometry>
        </mxCell>
-         <mxCell id="7Z1T8ZwHcXeBXznP6D7j-62" edge="1" parent="1" style="html=1;verticalAlign=bottom;startArrow=oval;endArrow=block;startSize=8;edgeStyle=elbowEdgeStyle;elbow=vertical;curved=0;rounded=0;" value="Login">
+         <mxCell id="7Z1T8ZwHcXeBXznP6D7j-62" edge="1" parent="1" style="html=1;verticalAlign=bottom;startArrow=oval;endArrow=block;startSize=8;edgeStyle=elbowEdgeStyle;elbow=vertical;curved=0;rounded=0;" target="7Z1T8ZwHcXeBXznP6D7j-31" value="Login">
          <mxGeometry relative="1" x="0.0652" as="geometry">
            <mxPoint as="offset" />
            <mxPoint x="68.75" y="1380" as="sourcePoint" />
            <mxPoint x="181.25" y="1380" as="targetPoint" />
          </mxGeometry>
        </mxCell>
        <mxCell id="DqHyfR3eGS3xM4o2pyak-21" edge="1" parent="1" source="DqHyfR3eGS3xM4o2pyak-20" style="html=1;verticalAlign=bottom;startArrow=oval;endArrow=block;startSize=8;edgeStyle=elbowEdgeStyle;elbow=vertical;curved=0;rounded=0;exitX=1;exitY=0.125;exitDx=0;exitDy=0;exitPerimeter=0;" target="DqHyfR3eGS3xM4o2pyak-22" value="Create booking">
          <mxGeometry relative="1" x="-0.6456" y="5" as="geometry">
            <mxPoint as="offset" />
            <Array as="points">
              <mxPoint x="2160" y="300" />
            </Array>
            <mxPoint x="1900" y="300" as="sourcePoint" />
            <mxPoint x="2250" y="300" as="targetPoint" />
          </mxGeometry>
        </mxCell>
        <mxCell id="7Z1T8ZwHcXeBXznP6D7j-63" parent="1" style="html=1;points=[];perimeter=orthogonalPerimeter;outlineConnect=0;targetShapes=umlLifeline;portConstraint=eastwest;newEdgeStyle={&quot;edgeStyle&quot;:&quot;elbowEdgeStyle&quot;,&quot;elbow&quot;:&quot;vertical&quot;,&quot;curved&quot;:0,&quot;rounded&quot;:0};" value="" vertex="1">
-           <mxGeometry height="40" width="10" x="250" y="1370" as="geometry" />
+           <mxGeometry height="40" width="10" x="250" y="1360" as="geometry" />
        </mxCell>
        <mxCell id="DqHyfR3eGS3xM4o2pyak-23" edge="1" parent="1" style="html=1;verticalAlign=bottom;startArrow=oval;endArrow=block;startSize=8;edgeStyle=elbowEdgeStyle;elbow=vertical;curved=0;rounded=0;" value="Check availibility">
          <mxGeometry relative="1" as="geometry">
            <mxPoint as="offset" />
            <Array as="points" />
            <mxPoint x="2295" y="307.1586206896552" as="sourcePoint" />
            <mxPoint x="2585" y="307.1586206896552" as="targetPoint" />
          </mxGeometry>
        </mxCell>
        <mxCell id="7Z1T8ZwHcXeBXznP6D7j-64" parent="1" style="html=1;points=[];perimeter=orthogonalPerimeter;outlineConnect=0;targetShapes=umlLifeline;portConstraint=eastwest;newEdgeStyle={&quot;edgeStyle&quot;:&quot;elbowEdgeStyle&quot;,&quot;elbow&quot;:&quot;vertical&quot;,&quot;curved&quot;:0,&quot;rounded&quot;:0};" value="" vertex="1">
          <mxGeometry height="40" width="10" x="310" y="1390" as="geometry" />
        </mxCell>
        <mxCell id="DqHyfR3eGS3xM4o2pyak-25" edge="1" parent="1" source="DqHyfR3eGS3xM4o2pyak-24" style="html=1;verticalAlign=bottom;endArrow=open;dashed=1;endSize=8;edgeStyle=elbowEdgeStyle;elbow=vertical;curved=0;rounded=0;" target="68ymO_Sjnk0znAFFcrqy-14" value="Return availibility">
          <mxGeometry relative="1" x="-0.0072" as="geometry">
            <mxPoint as="offset" />
            <Array as="points">
              <mxPoint x="2485" y="330" />
            </Array>
            <mxPoint x="2560" y="330" as="sourcePoint" />
            <mxPoint x="2310" y="330" as="targetPoint" />
          </mxGeometry>
        </mxCell>
        <mxCell id="7Z1T8ZwHcXeBXznP6D7j-67" edge="1" parent="1" style="endArrow=classic;html=1;rounded=0;" target="7Z1T8ZwHcXeBXznP6D7j-63" value="">
          <mxGeometry height="50" relative="1" width="50" as="geometry">
+             <Array as="points" />
            <mxPoint x="200" y="1380" as="sourcePoint" />
            <mxPoint x="250" y="1330" as="targetPoint" />
          </mxGeometry>
        </mxCell>
        <mxCell id="DqHyfR3eGS3xM4o2pyak-27" edge="1" parent="1" style="html=1;verticalAlign=bottom;startArrow=oval;endArrow=block;startSize=8;edgeStyle=elbowEdgeStyle;elbow=vertical;curved=0;rounded=0;" target="DqHyfR3eGS3xM4o2pyak-26" value="Create booking">
          <mxGeometry relative="1" x="-0.0018" as="geometry">
            <mxPoint as="offset" />
            <Array as="points" />
            <mxPoint x="2295" y="369.99862068965524" as="sourcePoint" />
            <mxPoint x="2560" y="370" as="targetPoint" />
          </mxGeometry>
        </mxCell>
        <mxCell id="7Z1T8ZwHcXeBXznP6D7j-68" edge="1" parent="1" style="endArrow=classic;html=1;rounded=0;" value="">
          <mxGeometry height="50" relative="1" width="50" as="geometry">
            <mxPoint x="260" y="1400" as="sourcePoint" />
            <mxPoint x="310" y="1400" as="targetPoint" />
          </mxGeometry>
        </mxCell>
        <mxCell id="DqHyfR3eGS3xM4o2pyak-28" edge="1" parent="1" source="DqHyfR3eGS3xM4o2pyak-26" style="html=1;verticalAlign=bottom;endArrow=open;dashed=1;endSize=8;edgeStyle=elbowEdgeStyle;elbow=vertical;curved=0;rounded=0;" target="DqHyfR3eGS3xM4o2pyak-22" value="Return booking id">
          <mxGeometry relative="1" x="-0.0072" as="geometry">
            <mxPoint as="offset" />
            <Array as="points">
              <mxPoint x="2510" y="400" />
            </Array>
            <mxPoint x="2560" y="400" as="sourcePoint" />
            <mxPoint x="2310" y="400" as="targetPoint" />
          </mxGeometry>
        </mxCell>
        <mxCell id="7Z1T8ZwHcXeBXznP6D7j-69" edge="1" parent="1" style="endArrow=classic;html=1;rounded=0;" value="">
          <mxGeometry height="50" relative="1" width="50" as="geometry">
            <mxPoint x="320" y="1410" as="sourcePoint" />
-             <mxPoint x="370" y="1410" as="targetPoint" />
+             <mxPoint x="420" y="1410" as="targetPoint" />
          </mxGeometry>
        </mxCell>
        <mxCell id="DqHyfR3eGS3xM4o2pyak-29" edge="1" parent="1" source="DqHyfR3eGS3xM4o2pyak-22" style="html=1;verticalAlign=bottom;endArrow=open;dashed=1;endSize=8;edgeStyle=elbowEdgeStyle;elbow=vertical;curved=0;rounded=0;" target="DqHyfR3eGS3xM4o2pyak-20" value="Success">
          <mxGeometry relative="1" x="-0.0072" as="geometry">
            <mxPoint as="offset" />
            <Array as="points">
              <mxPoint x="2175" y="420" />
            </Array>
            <mxPoint x="2250" y="420" as="sourcePoint" />
            <mxPoint x="1960" y="420" as="targetPoint" />
          </mxGeometry>
        </mxCell>
        <mxCell id="7Z1T8ZwHcXeBXznP6D7j-71" parent="1" style="text;html=1;whiteSpace=wrap;strokeColor=none;fillColor=none;align=center;verticalAlign=middle;rounded=0;" value="&lt;div&gt;Customer&lt;/div&gt;" vertex="1">
          <mxGeometry height="30" width="60" x="225" y="1340" as="geometry" />
        </mxCell>
        <mxCell id="7Z1T8ZwHcXeBXznP6D7j-72" parent="1" style="text;html=1;whiteSpace=wrap;strokeColor=none;fillColor=none;align=center;verticalAlign=middle;rounded=0;" value="Host" vertex="1">
          <mxGeometry height="30" width="60" x="285" y="1360" as="geometry" />
+         </mxCell>
+         <mxCell id="7Z1T8ZwHcXeBXznP6D7j-76" edge="1" parent="1" style="endArrow=classic;html=1;rounded=0;" value="">
+           <mxGeometry height="50" relative="1" width="50" as="geometry">
+             <mxPoint x="260" y="1370" as="sourcePoint" />
+             <mxPoint x="420" y="1370" as="targetPoint" />
+           </mxGeometry>
+         </mxCell>
+         <mxCell id="7Z1T8ZwHcXeBXznP6D7j-83" edge="1" parent="1" style="endArrow=classic;html=1;rounded=0;" target="7Z1T8ZwHcXeBXznP6D7j-24" value="">
+           <mxGeometry height="50" relative="1" width="50" as="geometry">
+             <mxPoint x="430" y="1379.71" as="sourcePoint" />
+             <mxPoint x="590" y="1379.71" as="targetPoint" />
+           </mxGeometry>
+         </mxCell>
+         <mxCell id="7Z1T8ZwHcXeBXznP6D7j-84" edge="1" parent="1" source="7Z1T8ZwHcXeBXznP6D7j-82" style="endArrow=none;dashed=1;html=1;dashPattern=1 3;strokeWidth=2;rounded=0;startArrow=classic;startFill=1;" value="">
+           <mxGeometry height="50" relative="1" width="50" as="geometry">
+             <mxPoint x="595.25" y="1400" as="sourcePoint" />
+             <mxPoint x="765.25" y="1400" as="targetPoint" />
+           </mxGeometry>
+         </mxCell>
+         <mxCell id="7Z1T8ZwHcXeBXznP6D7j-85" edge="1" parent="1" source="7Z1T8ZwHcXeBXznP6D7j-60" style="endArrow=none;dashed=1;html=1;dashPattern=1 3;strokeWidth=2;rounded=0;startArrow=classic;startFill=1;" value="">
+           <mxGeometry height="50" relative="1" width="50" as="geometry">
+             <mxPoint x="210" y="1440" as="sourcePoint" />
+             <mxPoint x="430" y="1440" as="targetPoint" />
+           </mxGeometry>
+         </mxCell>
+         <mxCell id="7Z1T8ZwHcXeBXznP6D7j-86" edge="1" parent="1" style="endArrow=none;dashed=1;html=1;dashPattern=1 3;strokeWidth=2;rounded=0;startArrow=classic;startFill=1;" value="">
+           <mxGeometry height="50" relative="1" width="50" as="geometry">
+             <mxPoint x="70.25" y="1430" as="sourcePoint" />
+             <mxPoint x="190" y="1430" as="targetPoint" />
+           </mxGeometry>
        </mxCell>
      </root>
    </mxGraphModel>
  </diagram>
</mxfile>
